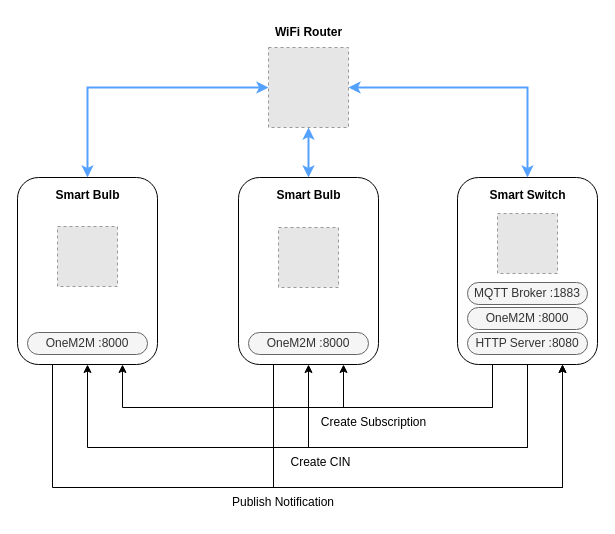
Above: page "Architecture" (1 of 3) of assets/diagrams.drawio in daniel-carreira/smart-lighting-onem2m (draw.io), before the change. Source tidied: cells renumbered, new cells numbered last; positions are measured from the earlier drawing's top-left corner, leaving out a move shared by most shapes. Both pictures are drawn from the tidied source at 100%, with x=0, y=0 at pixel (17, 17). Pictures stored in the file or linked from it are replaced by grey dashed boxes.
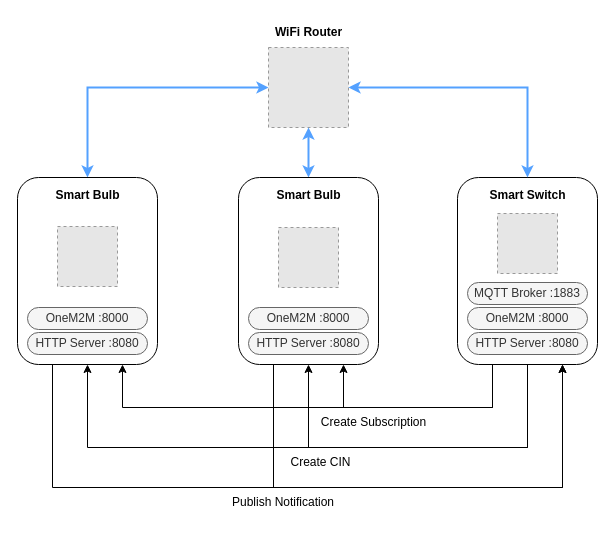
The same page after the edit.

Change to the diagram source:
```diff
@@
-    <mxCell id="24" value="OneM2M :8000" style="rounded=1;whiteSpace=wrap;html=1;arcSize=50;fillColor=#f5f5f5;fontColor=#333333;strokeColor=#666666;" parent="1" vertex="1">
-      <mxGeometry x="231" y="315" width="120" height="22" as="geometry" />
-    </mxCell>
@@
     <mxCell id="28" value="OneM2M :8000" style="rounded=1;whiteSpace=wrap;html=1;arcSize=50;fillColor=#f5f5f5;fontColor=#333333;strokeColor=#666666;" parent="1" vertex="1">
-      <mxGeometry x="10" y="315" width="120" height="22" as="geometry" />
+      <mxGeometry x="10" y="290" width="120" height="22" as="geometry" />
     </mxCell>
@@
+    <mxCell id="30" value="HTTP Server :8080" style="rounded=1;whiteSpace=wrap;html=1;arcSize=50;fillColor=#f5f5f5;fontColor=#333333;strokeColor=#666666;" parent="1" vertex="1">
+      <mxGeometry x="10" y="315" width="120" height="22" as="geometry" />
+    </mxCell>
+    <mxCell id="24" value="OneM2M :8000" style="rounded=1;whiteSpace=wrap;html=1;arcSize=50;fillColor=#f5f5f5;fontColor=#333333;strokeColor=#666666;" parent="1" vertex="1">
+      <mxGeometry x="231" y="290" width="120" height="22" as="geometry" />
+    </mxCell>
+    <mxCell id="31" value="HTTP Server :8080" style="rounded=1;whiteSpace=wrap;html=1;arcSize=50;fillColor=#f5f5f5;fontColor=#333333;strokeColor=#666666;" parent="1" vertex="1">
+      <mxGeometry x="231" y="315" width="120" height="22" as="geometry" />
+    </mxCell>
```
